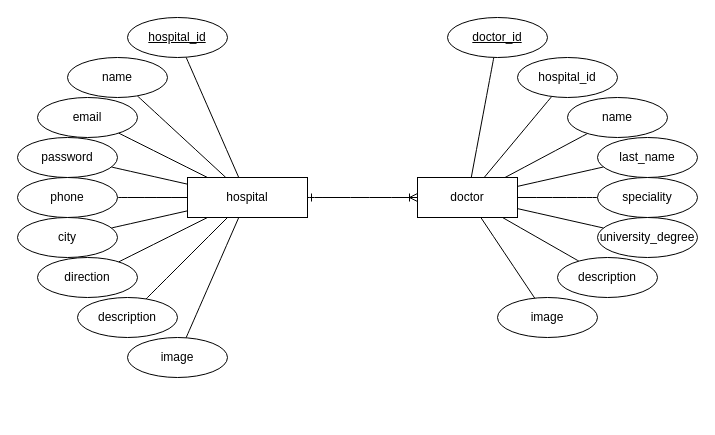
Earlier version of the draw.io diagram hospitales.drawio (pepinedo/Proyecto-mitad-de-bootcamp-Socratech). Source tidied: cells renumbered, new cells numbered last; positions are measured from the earlier drawing's top-left corner, leaving out a move shared by most shapes. Both pictures are drawn from the tidied source at 100%, with x=0, y=0 at pixel (17, 17).
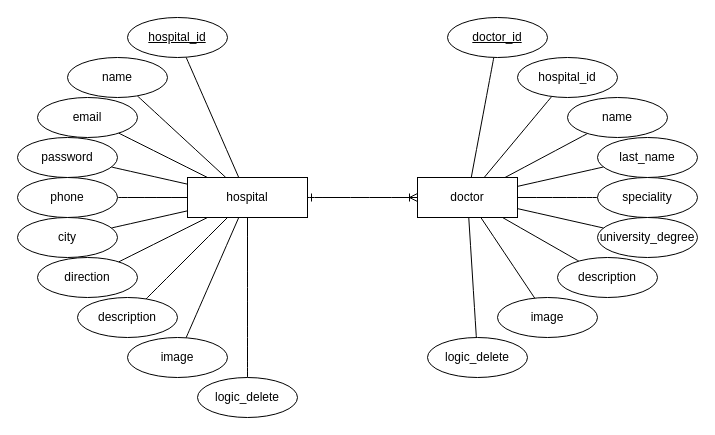
The same page after the edit.

Unchanged cells that the change refers to:
```xml
<mxCell id="3" value="hospital" style="whiteSpace=wrap;html=1;align=center;" parent="1" vertex="1">
  <mxGeometry x="170" y="160" width="120" height="40" as="geometry" />
</mxCell>
<mxCell id="22" value="doctor" style="whiteSpace=wrap;html=1;align=center;" parent="1" vertex="1">
  <mxGeometry x="400" y="160" width="100" height="40" as="geometry" />
</mxCell>
```

The edit, as a diff of the source:
```diff
@@
+    <mxCell id="39" style="edgeStyle=none;shape=connector;curved=1;rounded=0;jettySize=auto;html=1;strokeColor=default;align=center;verticalAlign=middle;fontFamily=Helvetica;fontSize=12;fontColor=default;labelBackgroundColor=default;startFill=0;startSize=8;endArrow=none;endSize=8;" parent="1" edge="1" source="40" target="22">
+      <mxGeometry relative="1" as="geometry" />
+    </mxCell>
+    <mxCell id="40" value="logic_delete" style="ellipse;whiteSpace=wrap;html=1;align=center;" parent="1" vertex="1">
+      <mxGeometry x="410" y="320" width="100" height="40" as="geometry" />
+    </mxCell>
+    <mxCell id="41" style="edgeStyle=none;shape=connector;curved=1;rounded=0;jettySize=auto;html=1;strokeColor=default;align=center;verticalAlign=middle;fontFamily=Helvetica;fontSize=12;fontColor=default;labelBackgroundColor=default;startFill=0;startSize=8;endArrow=none;endSize=8;" parent="1" edge="1" source="42" target="3">
+      <mxGeometry relative="1" as="geometry" />
+    </mxCell>
+    <mxCell id="42" value="logic_delete" style="ellipse;whiteSpace=wrap;html=1;align=center;" parent="1" vertex="1">
+      <mxGeometry x="180" y="360" width="100" height="40" as="geometry" />
+    </mxCell>
```
